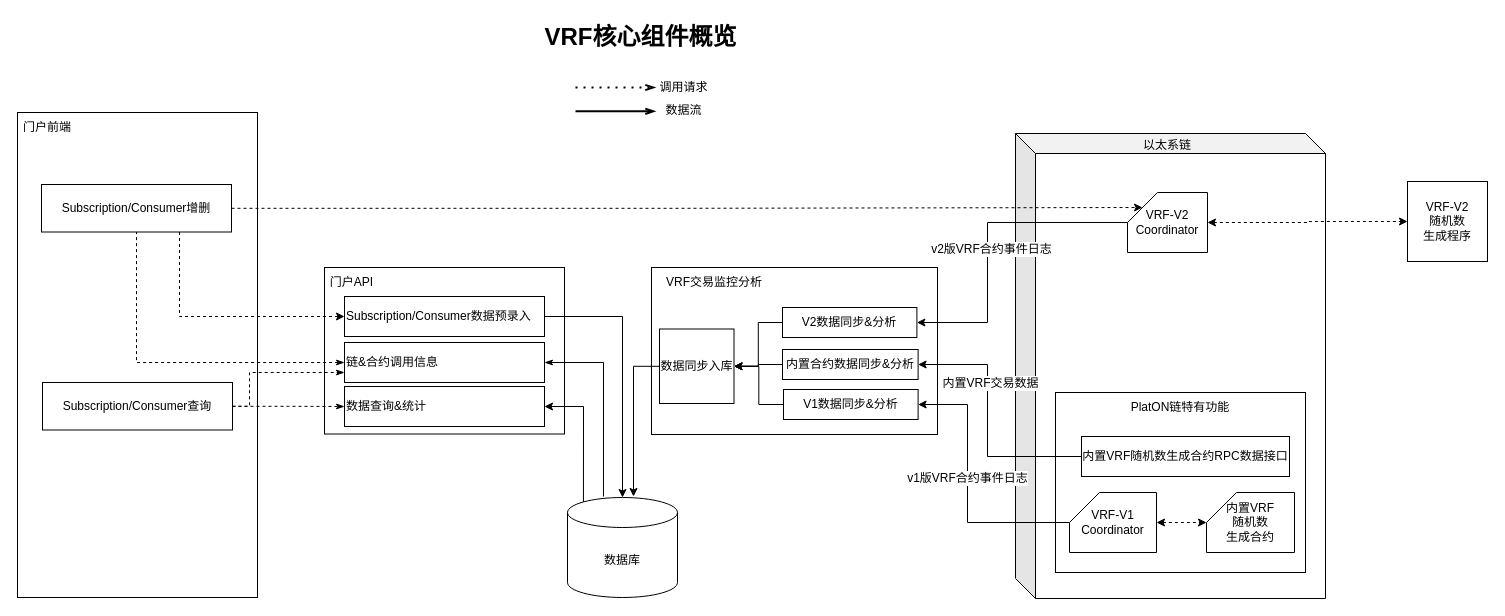
Before: page "VRF核心组件概览" (2 of 7) of VRF-architecture.drawio in trevorch/drawio, a draw.io diagram. Source tidied: cells renumbered, new cells numbered last; positions are measured from the earlier drawing's top-left corner, leaving out a move shared by most shapes. Both pictures are drawn from the tidied source at 100%, with x=0, y=0 at pixel (17, 17).
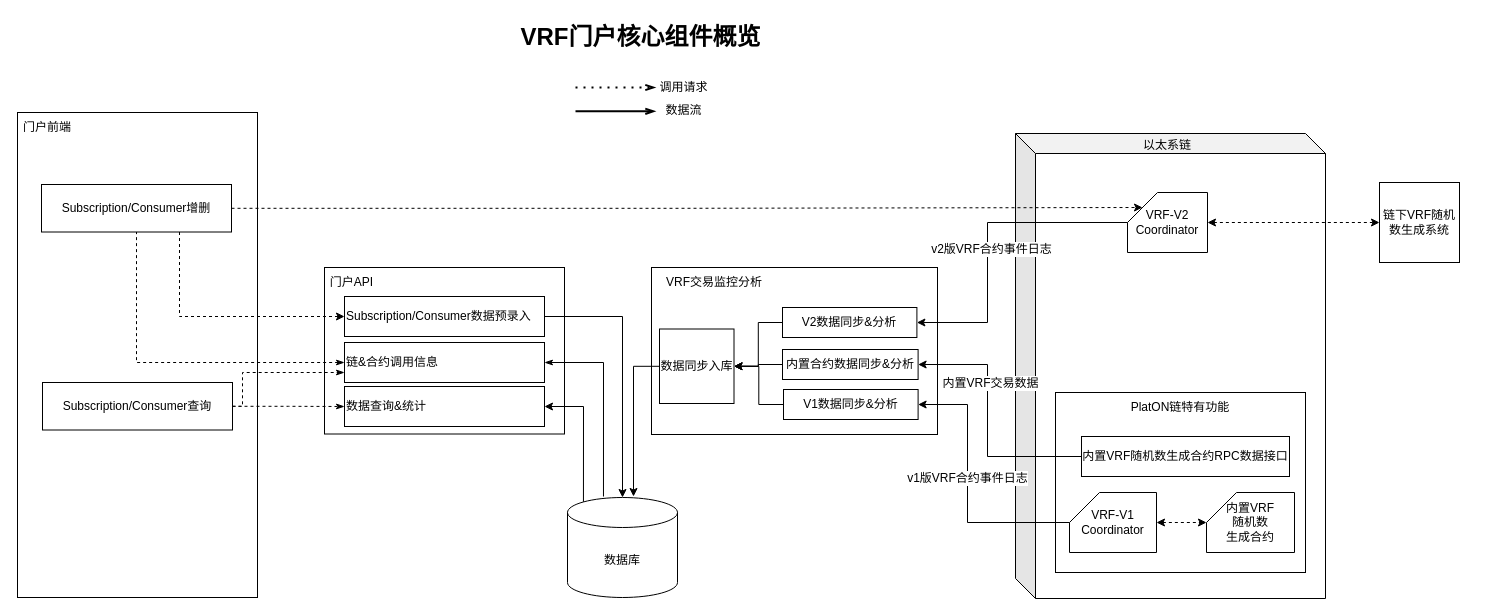
The same diagram, later.

Unchanged cells that the change refers to:
```xml
<mxCell id="42" value="链&amp;amp;合约调用信息" style="rounded=0;whiteSpace=wrap;html=1;align=left;" parent="37" vertex="1">
  <mxGeometry x="20" y="75" width="200" height="40" as="geometry" />
</mxCell>
<mxCell id="48" value="Subscription/Consumer查询" style="rounded=0;whiteSpace=wrap;html=1;fontSize=12;" parent="1" vertex="1">
  <mxGeometry x="25" y="365" width="190" height="47.5" as="geometry" />
</mxCell>
```

The edit, as a diff of the source:
```diff
@@
-    <mxCell id="23" value="VRF核心组件概览" style="text;strokeColor=none;fillColor=none;html=1;fontSize=24;fontStyle=1;verticalAlign=middle;align=center;" parent="1" vertex="1">
+    <mxCell id="23" value="VRF门户核心组件概览" style="text;strokeColor=none;fillColor=none;html=1;fontSize=24;fontStyle=1;verticalAlign=middle;align=center;" parent="1" vertex="1">
       <mxGeometry x="420" width="406" height="40" as="geometry" />
     </mxCell>
@@
-    <mxCell id="25" value="VRF-V2&lt;br&gt;随机数&lt;br&gt;生成程序" style="whiteSpace=wrap;html=1;" parent="1" vertex="1">
-      <mxGeometry x="1390" y="164" width="80" height="80" as="geometry" />
+    <mxCell id="25" value="链下VRF随机数生成系统" style="whiteSpace=wrap;html=1;" parent="1" vertex="1">
+      <mxGeometry x="1362" y="165" width="80" height="80" as="geometry" />
     </mxCell>
@@
     <mxCell id="47" style="edgeStyle=orthogonalEdgeStyle;rounded=0;jettySize=auto;html=1;entryX=0;entryY=0.75;entryDx=0;entryDy=0;dashed=1;fontSize=12;startArrow=none;startFill=0;endArrow=classicThin;endFill=1;" parent="1" edge="1" source="48" target="42">
       <mxGeometry relative="1" as="geometry">
         <Array as="points">
-          <mxPoint x="232" y="389" />
-          <mxPoint x="232" y="355" />
+          <mxPoint x="225" y="389" />
+          <mxPoint x="225" y="355" />
         </Array>
       </mxGeometry>
     </mxCell>
```
